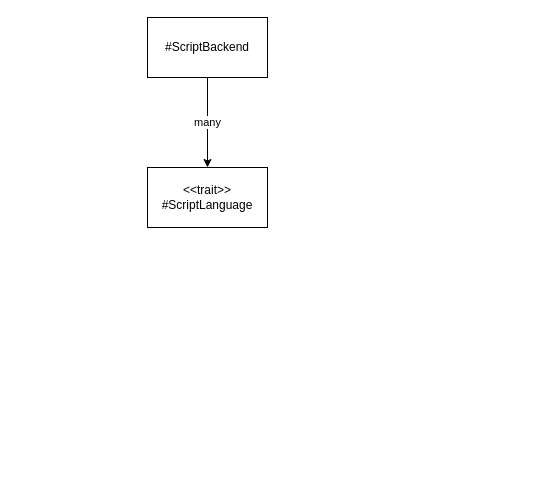
The draw.io diagram docs/scripting.drawio in mattkleiny/surreal-rust, before the edit. Source tidied: cells renumbered, new cells numbered last; positions are measured from the earlier drawing's top-left corner, leaving out a move shared by most shapes. Both pictures are drawn from the tidied source at 100%, with x=0, y=0 at pixel (147, 17).
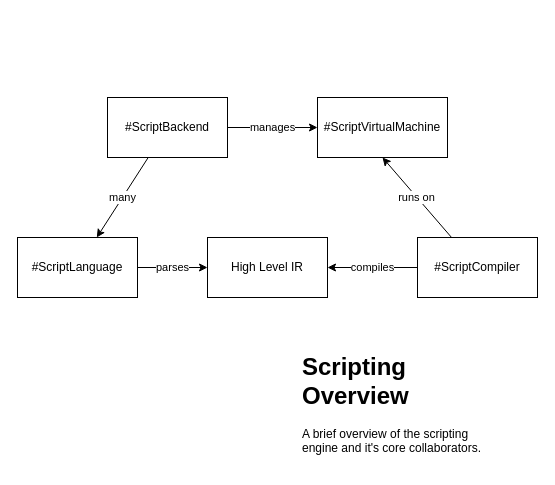
Above is the later version.

Change to the diagram source:
```diff
@@
 <mxGraphModel>
   <root>
     <mxCell id="0" />
     <mxCell id="1" parent="0" />
     <mxCell id="2" value="many" style="edgeStyle=none;html=1;" parent="1" edge="1" source="3" target="4">
       <mxGeometry relative="1" as="geometry" />
     </mxCell>
+    <mxCell id="5" value="manages" style="edgeStyle=none;html=1;" parent="1" edge="1" source="3" target="8">
+      <mxGeometry relative="1" as="geometry" />
+    </mxCell>
     <mxCell id="3" value="#ScriptBackend" style="rounded=0;whiteSpace=wrap;html=1;" parent="1" vertex="1">
-      <mxGeometry width="120" height="60" as="geometry" />
+      <mxGeometry x="-40" y="80" width="120" height="60" as="geometry" />
     </mxCell>
+    <mxCell id="6" value="parses" style="edgeStyle=none;html=1;" parent="1" edge="1" source="4" target="9">
+      <mxGeometry relative="1" as="geometry" />
+    </mxCell>
-    <mxCell id="4" value="&amp;lt;&amp;lt;trait&amp;gt;&amp;gt;&lt;br&gt;#ScriptLanguage" style="whiteSpace=wrap;html=1;rounded=0;" parent="1" vertex="1">
-      <mxGeometry y="150" width="120" height="60" as="geometry" />
+    <mxCell id="4" value="#ScriptLanguage" style="whiteSpace=wrap;html=1;rounded=0;" parent="1" vertex="1">
+      <mxGeometry x="-130" y="220" width="120" height="60" as="geometry" />
     </mxCell>
+    <mxCell id="7" value="&lt;h1&gt;Scripting Overview&lt;/h1&gt;&lt;p&gt;A brief overview of the scripting engine and it's core collaborators.&lt;/p&gt;" style="text;html=1;strokeColor=none;fillColor=none;spacing=5;spacingTop=-20;whiteSpace=wrap;overflow=hidden;rounded=0;" parent="1" vertex="1">
+      <mxGeometry x="150" y="330" width="190" height="120" as="geometry" />
+    </mxCell>
+    <mxCell id="8" value="#ScriptVirtualMachine" style="whiteSpace=wrap;html=1;rounded=0;" parent="1" vertex="1">
+      <mxGeometry x="170" y="80" width="130" height="60" as="geometry" />
+    </mxCell>
+    <mxCell id="9" value="High Level IR" style="whiteSpace=wrap;html=1;rounded=0;" parent="1" vertex="1">
+      <mxGeometry x="60" y="220" width="120" height="60" as="geometry" />
+    </mxCell>
+    <mxCell id="10" value="runs on&lt;br&gt;" style="edgeStyle=none;html=1;entryX=0.5;entryY=1;entryDx=0;entryDy=0;" parent="1" edge="1" source="12" target="8">
+      <mxGeometry relative="1" as="geometry" />
+    </mxCell>
+    <mxCell id="11" value="compiles" style="edgeStyle=none;html=1;entryX=1;entryY=0.5;entryDx=0;entryDy=0;" parent="1" edge="1" source="12" target="9">
+      <mxGeometry relative="1" as="geometry" />
+    </mxCell>
+    <mxCell id="12" value="#ScriptCompiler" style="whiteSpace=wrap;html=1;rounded=0;" parent="1" vertex="1">
+      <mxGeometry x="270" y="220" width="120" height="60" as="geometry" />
+    </mxCell>
   </root>
 </mxGraphModel>
```
